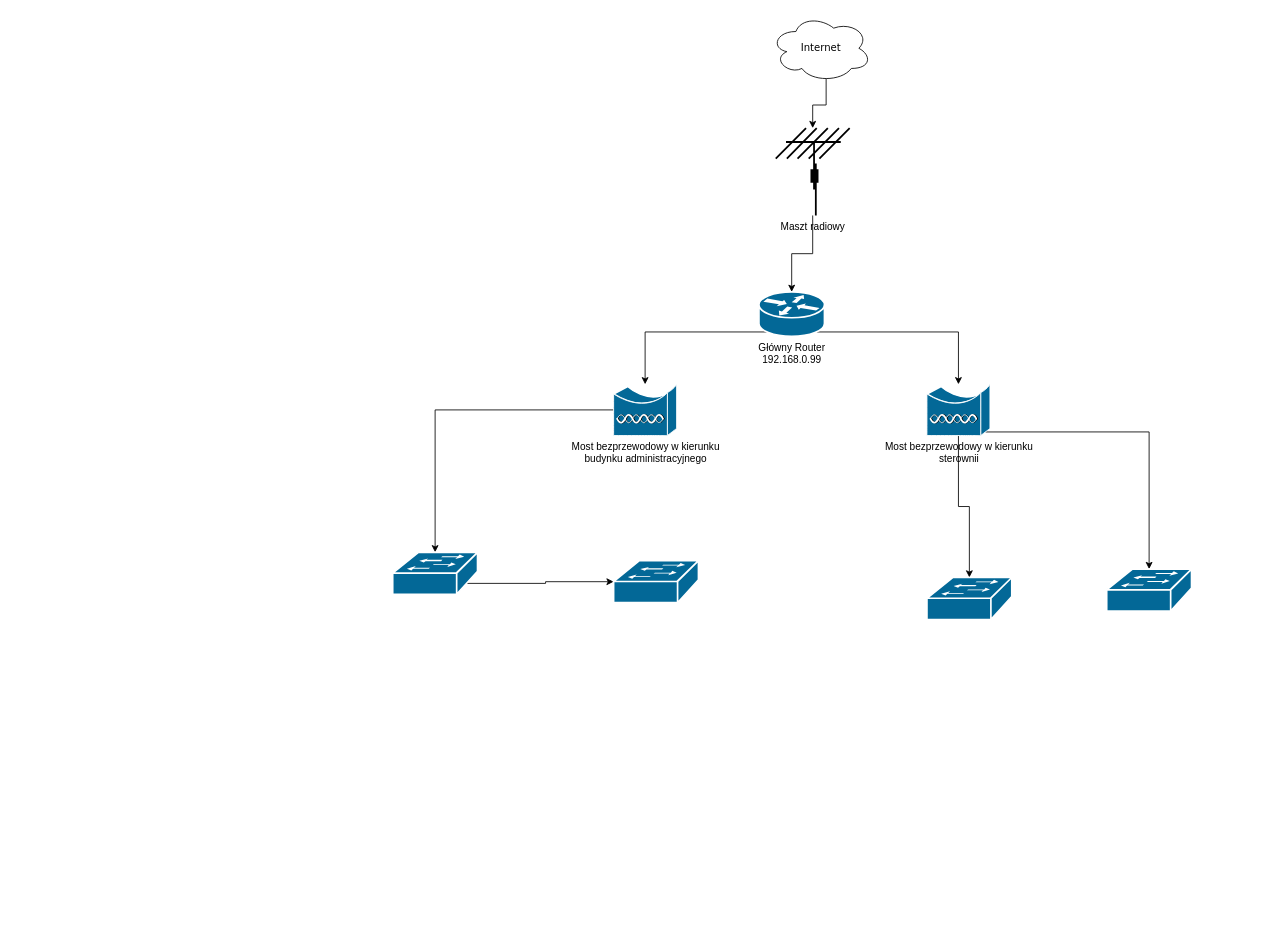
Before: Untitled Diagram.drawio in chrzanekz/SysAdmin, a draw.io diagram. Source tidied: cells renumbered, new cells numbered last; positions are measured from the earlier drawing's top-left corner, leaving out a move shared by most shapes. Both pictures are drawn from the tidied source at 84%, with x=0, y=0 at pixel (392, 14).
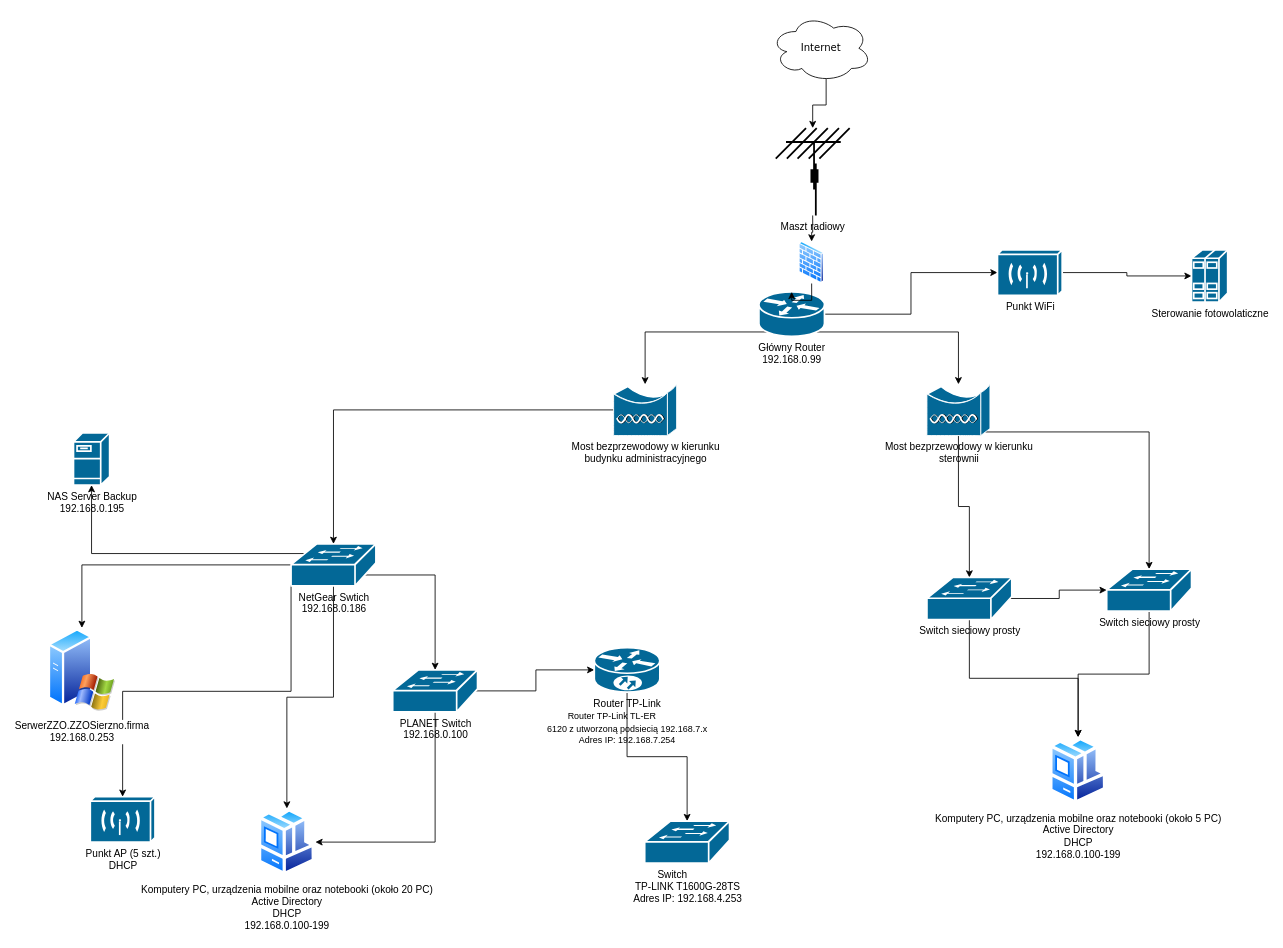
The same page after the edit.

Unchanged cells that the change refers to:
```xml
<mxCell id="6" value="Główny Router&lt;br&gt;192.168.0.99" style="shape=mxgraph.cisco.routers.router;sketch=0;html=1;dashed=0;fillColor=#036897;strokeColor=#ffffff;strokeWidth=2;verticalLabelPosition=bottom;verticalAlign=top;align=center;outlineConnect=0;" parent="1" vertex="1">
  <mxGeometry x="436" y="330" width="78" height="53" as="geometry" />
</mxCell>
<mxCell id="8" value="Maszt radiowy&lt;br&gt;" style="shape=mxgraph.cisco.wireless.antenna;sketch=0;html=1;dashed=0;fillColor=#036897;strokeColor=#ffffff;strokeWidth=2;verticalLabelPosition=bottom;verticalAlign=top;align=center;outlineConnect=0;" parent="1" vertex="1">
  <mxGeometry x="456" y="135" width="88" height="104" as="geometry" />
</mxCell>
```

What changed in the source:
```diff
@@
+    <mxCell id="19" style="edgeStyle=orthogonalEdgeStyle;rounded=0;jettySize=auto;html=1;exitX=1;exitY=0.5;exitDx=0;exitDy=0;exitPerimeter=0;" parent="1" edge="1" source="6" target="33">
+      <mxGeometry relative="1" as="geometry" />
+    </mxCell>
@@
-    <mxCell id="7" style="edgeStyle=orthogonalEdgeStyle;rounded=0;jettySize=auto;html=1;" parent="1" edge="1" source="8" target="6">
+    <mxCell id="7" style="edgeStyle=orthogonalEdgeStyle;rounded=0;jettySize=auto;html=1;" parent="1" edge="1" source="41" target="6">
       <mxGeometry relative="1" as="geometry" />
     </mxCell>
@@
+    <mxCell id="20" style="edgeStyle=orthogonalEdgeStyle;rounded=0;jettySize=auto;html=1;" parent="1" edge="1" source="15" target="29">
+      <mxGeometry relative="1" as="geometry" />
+    </mxCell>
+    <mxCell id="21" style="edgeStyle=orthogonalEdgeStyle;rounded=0;jettySize=auto;html=1;exitX=0.5;exitY=0.98;exitDx=0;exitDy=0;exitPerimeter=0;" parent="1" edge="1" source="15" target="30">
+      <mxGeometry relative="1" as="geometry" />
+    </mxCell>
+    <mxCell id="22" style="edgeStyle=orthogonalEdgeStyle;rounded=0;jettySize=auto;html=1;exitX=0.16;exitY=0.23;exitDx=0;exitDy=0;exitPerimeter=0;" parent="1" edge="1" source="15" target="35">
+      <mxGeometry relative="1" as="geometry" />
+    </mxCell>
+    <mxCell id="23" style="edgeStyle=orthogonalEdgeStyle;rounded=0;jettySize=auto;html=1;exitX=0;exitY=0.98;exitDx=0;exitDy=0;exitPerimeter=0;" parent="1" edge="1" source="15" target="39">
+      <mxGeometry relative="1" as="geometry" />
+    </mxCell>
-    <mxCell id="15" style="shape=mxgraph.cisco.switches.workgroup_switch;sketch=0;html=1;dashed=0;fillColor=#036897;strokeColor=#ffffff;strokeWidth=2;verticalLabelPosition=bottom;verticalAlign=top;align=center;outlineConnect=0;" parent="1" vertex="1">
-      <mxGeometry y="640" width="101" height="50" as="geometry" />
+    <mxCell id="15" value="NetGear Swtich&lt;br&gt;192.168.0.186" style="shape=mxgraph.cisco.switches.workgroup_switch;sketch=0;html=1;dashed=0;fillColor=#036897;strokeColor=#ffffff;strokeWidth=2;verticalLabelPosition=bottom;verticalAlign=top;align=center;outlineConnect=0;" parent="1" vertex="1">
+      <mxGeometry x="-121" y="630" width="101" height="50" as="geometry" />
     </mxCell>
+    <mxCell id="24" style="edgeStyle=orthogonalEdgeStyle;rounded=0;jettySize=auto;html=1;exitX=0.5;exitY=0.98;exitDx=0;exitDy=0;exitPerimeter=0;entryX=1;entryY=0.5;entryDx=0;entryDy=0;" parent="1" edge="1" source="16" target="30">
+      <mxGeometry relative="1" as="geometry" />
+    </mxCell>
+    <mxCell id="25" style="edgeStyle=orthogonalEdgeStyle;rounded=0;jettySize=auto;html=1;exitX=0.98;exitY=0.5;exitDx=0;exitDy=0;exitPerimeter=0;entryX=0;entryY=0.5;entryDx=0;entryDy=0;entryPerimeter=0;" parent="1" edge="1" source="16" target="37">
+      <mxGeometry relative="1" as="geometry" />
+    </mxCell>
-    <mxCell id="16" style="shape=mxgraph.cisco.switches.workgroup_switch;sketch=0;html=1;dashed=0;fillColor=#036897;strokeColor=#ffffff;strokeWidth=2;verticalLabelPosition=bottom;verticalAlign=top;align=center;outlineConnect=0;" parent="1" vertex="1">
-      <mxGeometry x="263" y="650" width="101" height="50" as="geometry" />
+    <mxCell id="16" value="PLANET Switch&lt;br&gt;192.168.0.100" style="shape=mxgraph.cisco.switches.workgroup_switch;sketch=0;html=1;dashed=0;fillColor=#036897;strokeColor=#ffffff;strokeWidth=2;verticalLabelPosition=bottom;verticalAlign=top;align=center;outlineConnect=0;" parent="1" vertex="1">
+      <mxGeometry y="780" width="101" height="50" as="geometry" />
     </mxCell>
+    <mxCell id="26" style="edgeStyle=orthogonalEdgeStyle;rounded=0;jettySize=auto;html=1;exitX=0.5;exitY=0.98;exitDx=0;exitDy=0;exitPerimeter=0;entryX=0.5;entryY=0;entryDx=0;entryDy=0;" parent="1" edge="1" source="17" target="31">
+      <mxGeometry relative="1" as="geometry" />
+    </mxCell>
+    <mxCell id="27" style="edgeStyle=orthogonalEdgeStyle;rounded=0;jettySize=auto;html=1;exitX=0.98;exitY=0.5;exitDx=0;exitDy=0;exitPerimeter=0;" parent="1" edge="1" source="17" target="18">
+      <mxGeometry relative="1" as="geometry" />
+    </mxCell>
-    <mxCell id="17" style="shape=mxgraph.cisco.switches.workgroup_switch;sketch=0;html=1;dashed=0;fillColor=#036897;strokeColor=#ffffff;strokeWidth=2;verticalLabelPosition=bottom;verticalAlign=top;align=center;outlineConnect=0;" parent="1" vertex="1">
+    <mxCell id="17" value="Switch sieciowy prosty" style="shape=mxgraph.cisco.switches.workgroup_switch;sketch=0;html=1;dashed=0;fillColor=#036897;strokeColor=#ffffff;strokeWidth=2;verticalLabelPosition=bottom;verticalAlign=top;align=center;outlineConnect=0;" parent="1" vertex="1">
       <mxGeometry x="636" y="670" width="101" height="50" as="geometry" />
     </mxCell>
+    <mxCell id="28" style="edgeStyle=orthogonalEdgeStyle;rounded=0;jettySize=auto;html=1;exitX=0.5;exitY=0.98;exitDx=0;exitDy=0;exitPerimeter=0;entryX=0.5;entryY=0;entryDx=0;entryDy=0;" parent="1" edge="1" source="18" target="31">
+      <mxGeometry relative="1" as="geometry" />
+    </mxCell>
-    <mxCell id="18" style="shape=mxgraph.cisco.switches.workgroup_switch;sketch=0;html=1;dashed=0;fillColor=#036897;strokeColor=#ffffff;strokeWidth=2;verticalLabelPosition=bottom;verticalAlign=top;align=center;outlineConnect=0;" parent="1" vertex="1">
+    <mxCell id="18" value="Switch sieciowy prosty" style="shape=mxgraph.cisco.switches.workgroup_switch;sketch=0;html=1;dashed=0;fillColor=#036897;strokeColor=#ffffff;strokeWidth=2;verticalLabelPosition=bottom;verticalAlign=top;align=center;outlineConnect=0;" parent="1" vertex="1">
       <mxGeometry x="850" y="660" width="101" height="50" as="geometry" />
     </mxCell>
+    <mxCell id="29" value="SerwerZZO.ZZOSierzno.firma&lt;br&gt;192.168.0.253" style="image;perimeter=ellipsePerimeter;html=1;align=center;shadow=0;dashed=0;spacingTop=3;image=img/lib/active_directory/windows_server_2.svg;" parent="1" vertex="1">
+      <mxGeometry x="-410" y="730" width="80" height="100" as="geometry" />
+    </mxCell>
+    <mxCell id="30" value="Komputery PC, urządzenia mobilne oraz notebooki (około 20 PC)&lt;br&gt;Active Directory&lt;br&gt;DHCP&lt;br&gt;192.168.0.100-199" style="image;perimeter=ellipsePerimeter;html=1;align=center;shadow=0;dashed=0;spacingTop=3;image=img/lib/active_directory/workstation_client.svg;" parent="1" vertex="1">
+      <mxGeometry x="-160" y="945" width="68" height="80" as="geometry" />
+    </mxCell>
+    <mxCell id="31" value="Komputery PC, urządzenia mobilne oraz notebooki (około 5 PC)&lt;br&gt;Active Directory&lt;br&gt;DHCP&lt;br&gt;192.168.0.100-199" style="image;perimeter=ellipsePerimeter;html=1;align=center;shadow=0;dashed=0;spacingTop=3;image=img/lib/active_directory/workstation_client.svg;" parent="1" vertex="1">
+      <mxGeometry x="782" y="860" width="68" height="80" as="geometry" />
+    </mxCell>
+    <mxCell id="32" style="edgeStyle=orthogonalEdgeStyle;rounded=0;jettySize=auto;html=1;exitX=1;exitY=0.5;exitDx=0;exitDy=0;exitPerimeter=0;entryX=0;entryY=0.5;entryDx=0;entryDy=0;entryPerimeter=0;" parent="1" edge="1" source="33" target="34">
+      <mxGeometry relative="1" as="geometry" />
+    </mxCell>
+    <mxCell id="33" value="Punkt WiFi" style="shape=mxgraph.cisco.wireless.wireless_transport;sketch=0;html=1;dashed=0;fillColor=#036897;strokeColor=#ffffff;strokeWidth=2;verticalLabelPosition=bottom;verticalAlign=top;align=center;outlineConnect=0;" parent="1" vertex="1">
+      <mxGeometry x="720" y="280" width="77" height="54" as="geometry" />
+    </mxCell>
+    <mxCell id="34" value="Sterowanie fotowolaticzne" style="shape=mxgraph.cisco.servers.standard_host;sketch=0;html=1;dashed=0;fillColor=#036897;strokeColor=#ffffff;strokeWidth=2;verticalLabelPosition=bottom;verticalAlign=top;align=center;outlineConnect=0;" parent="1" vertex="1">
+      <mxGeometry x="951" y="280" width="43" height="62" as="geometry" />
+    </mxCell>
+    <mxCell id="35" value="NAS Server Backup&lt;br&gt;192.168.0.195" style="shape=mxgraph.cisco.servers.fileserver;sketch=0;html=1;dashed=0;fillColor=#036897;strokeColor=#ffffff;strokeWidth=2;verticalLabelPosition=bottom;verticalAlign=top;align=center;outlineConnect=0;" parent="1" vertex="1">
+      <mxGeometry x="-380" y="498" width="43" height="62" as="geometry" />
+    </mxCell>
+    <mxCell id="36" style="edgeStyle=orthogonalEdgeStyle;rounded=0;jettySize=auto;html=1;exitX=0.5;exitY=1;exitDx=0;exitDy=0;exitPerimeter=0;" parent="1" edge="1" source="37" target="38">
+      <mxGeometry relative="1" as="geometry" />
+    </mxCell>
+    <mxCell id="37" value="Router TP-Link&lt;br&gt;&lt;div style=&quot;language:pl;margin-top:0pt;margin-bottom:0pt;margin-left:&lt;br/&gt;.38in;text-indent:-.38in&quot; class=&quot;O0&quot;&gt;&lt;span style=&quot;font-size: 8pt; font-family: Calibri;&quot;&gt;Router TP-Link TL-ER&lt;br&gt;6120 z utworzoną podsiecią 192.168.7.x&lt;br&gt;&lt;/span&gt;&lt;span style=&quot;font-family: Calibri; font-size: 8pt; text-indent: -0.38in; background-color: initial;&quot;&gt;Adres IP: 192.168.7.254&lt;/span&gt;&lt;span style=&quot;font-size: 8pt; font-family: Calibri;&quot;&gt;&lt;br&gt;&lt;/span&gt;&lt;/div&gt;" style="shape=mxgraph.cisco.routers.10700;sketch=0;html=1;dashed=0;fillColor=#036897;strokeColor=#ffffff;strokeWidth=2;verticalLabelPosition=bottom;verticalAlign=top;align=center;outlineConnect=0;" parent="1" vertex="1">
+      <mxGeometry x="240" y="753.5" width="78" height="53" as="geometry" />
+    </mxCell>
+    <mxCell id="38" value="&lt;div style=&quot;language:pl;margin-top:0pt;margin-bottom:0pt;margin-left:&lt;br/&gt;.38in;text-indent:-.38in&quot; class=&quot;O0&quot;&gt;Switch&lt;br&gt;TP-LINK T1600G-28TS&lt;br&gt;Adres IP: 192.168.4.253&lt;/div&gt;" style="shape=mxgraph.cisco.switches.workgroup_switch;sketch=0;html=1;dashed=0;fillColor=#036897;strokeColor=#ffffff;strokeWidth=2;verticalLabelPosition=bottom;verticalAlign=top;align=center;outlineConnect=0;" parent="1" vertex="1">
+      <mxGeometry x="300" y="960" width="101" height="50" as="geometry" />
+    </mxCell>
+    <mxCell id="39" value="Punkt AP (5 szt.)&lt;br&gt;DHCP" style="shape=mxgraph.cisco.wireless.wireless_transport;sketch=0;html=1;dashed=0;fillColor=#036897;strokeColor=#ffffff;strokeWidth=2;verticalLabelPosition=bottom;verticalAlign=top;align=center;outlineConnect=0;" parent="1" vertex="1">
+      <mxGeometry x="-360" y="931" width="77" height="54" as="geometry" />
+    </mxCell>
+    <mxCell id="40" style="edgeStyle=orthogonalEdgeStyle;rounded=0;jettySize=auto;html=1;" parent="1" edge="1" source="8" target="41">
+      <mxGeometry relative="1" as="geometry" />
+    </mxCell>
+    <mxCell id="41" style="image;perimeter=ellipsePerimeter;html=1;align=center;shadow=0;dashed=0;spacingTop=3;image=img/lib/active_directory/firewall.svg;" parent="1" vertex="1">
+      <mxGeometry x="483.5" y="270" width="30.5" height="50" as="geometry" />
+    </mxCell>
```
